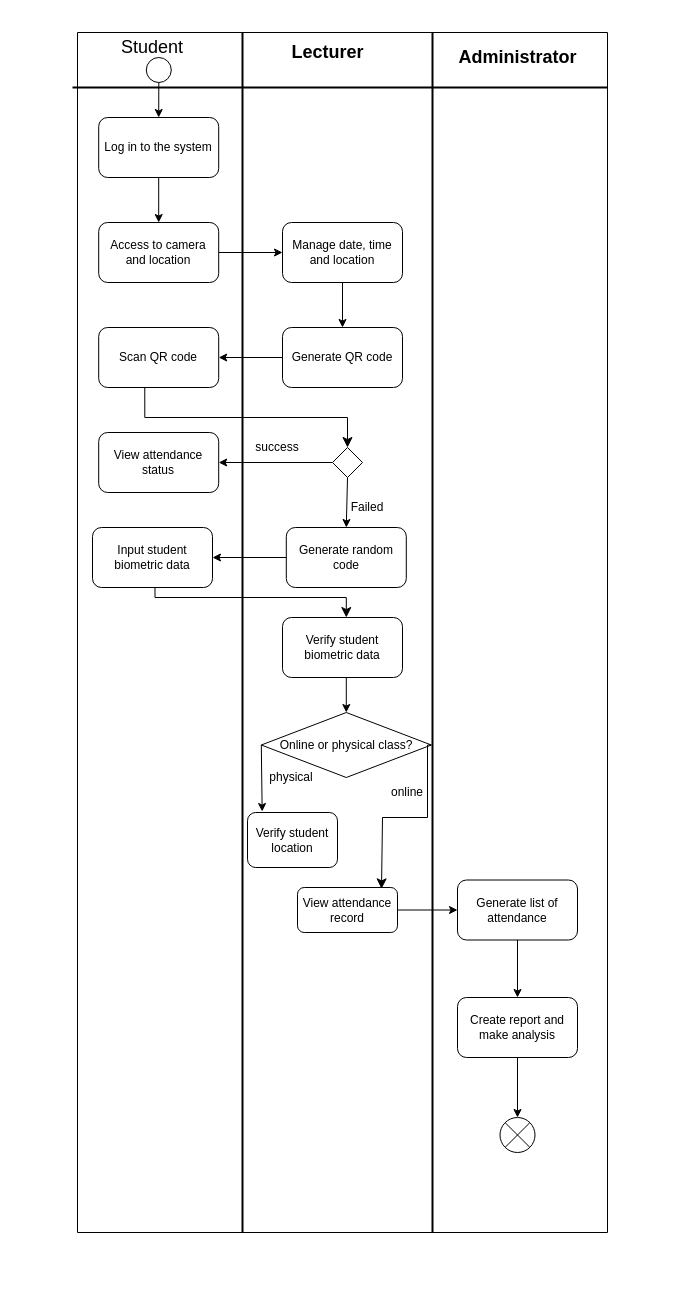
The draw.io diagram project/drawio/cutie/ClassUML.drawio in drshahizan/software-engineering, before the edit. Source tidied: cells renumbered, new cells numbered last; positions are measured from the earlier drawing's top-left corner, leaving out a move shared by most shapes. Both pictures are drawn from the tidied source at 100%, with x=0, y=0 at pixel (72, 32).
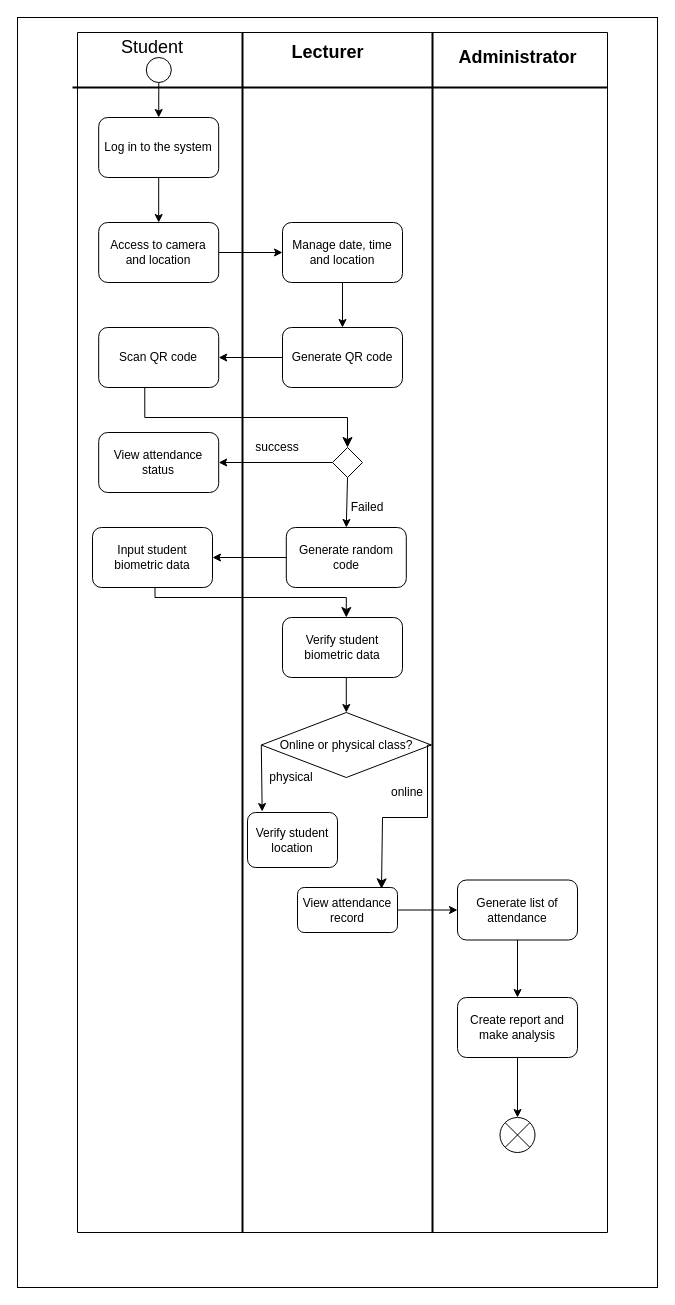
Above is the later version.

Diff of the diagram source:
```diff
@@
+    <mxCell id="46" style="rounded=0;whiteSpace=wrap;html=1;" parent="1" vertex="1">
+      <mxGeometry x="-55" y="-15" width="640" height="1270" as="geometry" />
+    </mxCell>
```
